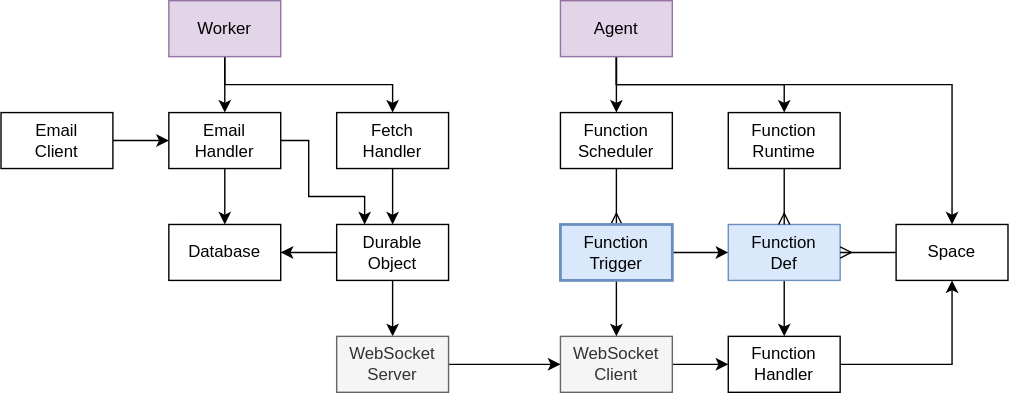
Before: packages/core/functions/docs/pipeline.drawio.svg, a diagram exported from draw.io (dxos/dxos). Source tidied: cells renumbered, new cells last; positions are measured from the earlier drawing's top-left corner, leaving out a move shared by most shapes.
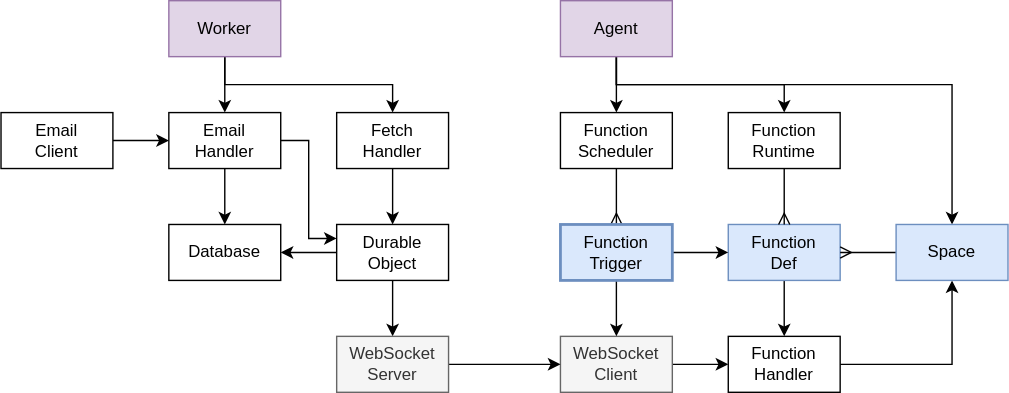
The same file after the commit.

What changed in the source:
```diff
@@ -79,7 +79,7 @@
     <mxCell id="22" style="edgeStyle=none;rounded=0;html=1;exitX=0;exitY=0.5;exitDx=0;exitDy=0;endArrow=ERmany;endFill=0;" parent="1" edge="1" source="23" target="17">
       <mxGeometry relative="1" as="geometry" />
     </mxCell>
-    <mxCell id="23" value="Space" style="rounded=0;whiteSpace=wrap;html=1;" parent="1" vertex="1">
+    <mxCell id="23" value="Space" style="rounded=0;whiteSpace=wrap;html=1;fillColor=#dae8fc;strokeColor=#6c8ebf;" parent="1" vertex="1">
       <mxGeometry x="640" y="160" width="80" height="40" as="geometry" />
     </mxCell>
     <mxCell id="24" style="edgeStyle=none;rounded=0;html=1;exitX=1;exitY=0.5;exitDx=0;exitDy=0;entryX=0;entryY=0.5;entryDx=0;entryDy=0;" parent="1" edge="1" source="25" target="10">
@@ -94,12 +94,11 @@
     <mxCell id="27" style="edgeStyle=none;rounded=0;html=1;exitX=0.5;exitY=1;exitDx=0;exitDy=0;" parent="1" edge="1" source="29" target="26">
       <mxGeometry relative="1" as="geometry" />
     </mxCell>
-    <mxCell id="28" style="edgeStyle=none;html=1;exitX=1;exitY=0.5;exitDx=0;exitDy=0;entryX=0.25;entryY=0;entryDx=0;entryDy=0;rounded=0;" parent="1" edge="1" source="29" target="8">
+    <mxCell id="28" style="edgeStyle=none;html=1;exitX=1;exitY=0.5;exitDx=0;exitDy=0;entryX=0;entryY=0.25;entryDx=0;entryDy=0;rounded=0;" parent="1" edge="1" source="29" target="8">
       <mxGeometry relative="1" as="geometry">
         <Array as="points">
           <mxPoint x="220" y="100" />
-          <mxPoint x="220" y="140" />
-          <mxPoint x="260" y="140" />
+          <mxPoint x="220" y="170" />
         </Array>
       </mxGeometry>
     </mxCell>
```
